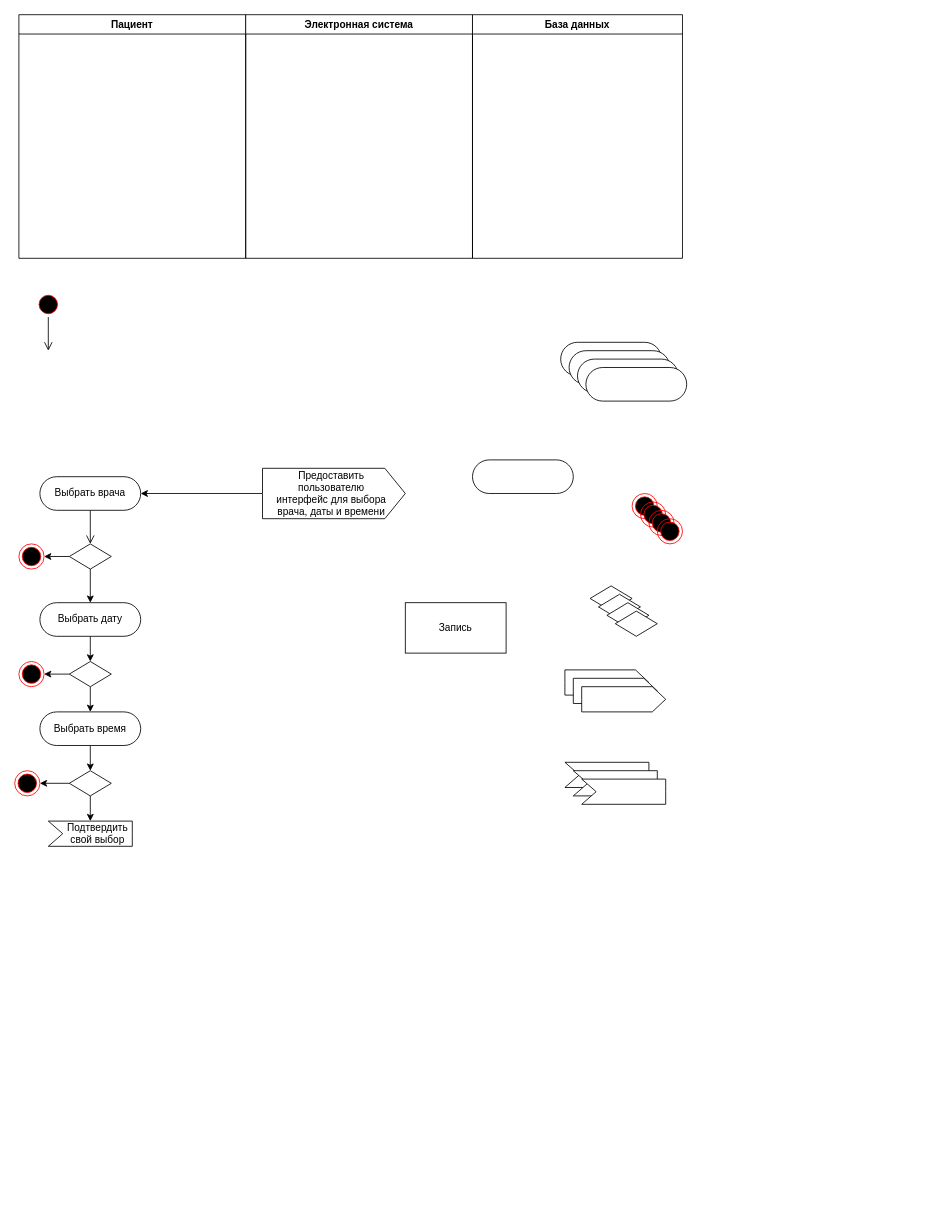
Above: acms6_2.drawio in v-tempe/draw.io (draw.io), before the change. Source tidied: cells renumbered, new cells numbered last; positions are measured from the earlier drawing's top-left corner, leaving out a move shared by most shapes. Both pictures are drawn from the tidied source at 84%, with x=0, y=0 at pixel (14, 14).
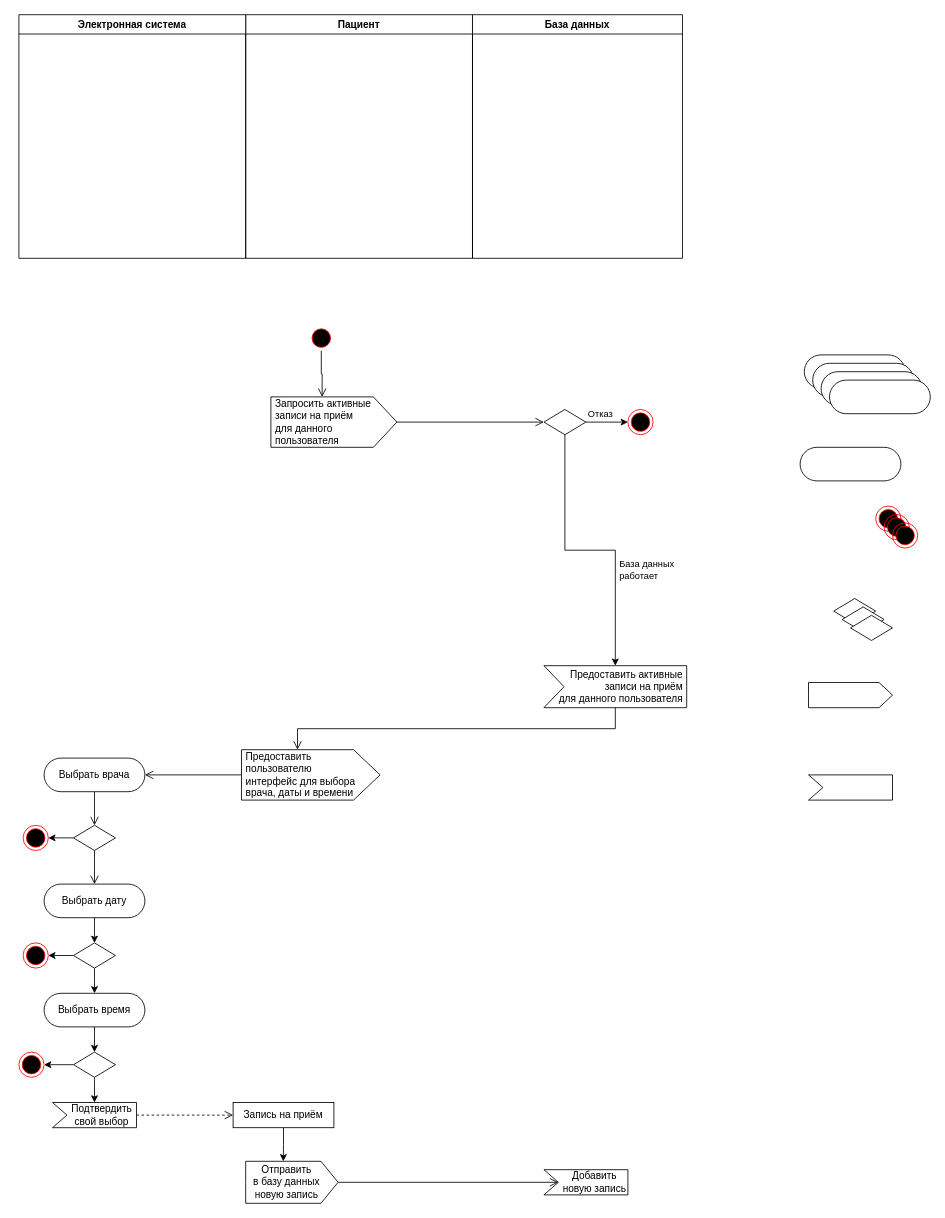
After the change.

Change to the diagram source:
```diff
@@
     <mxCell id="2" value="Пациент" style="swimlane;whiteSpace=wrap;html=1;" parent="1" vertex="1">
-      <mxGeometry x="5" width="270" height="290" as="geometry" />
+      <mxGeometry x="275" width="270" height="290" as="geometry" />
     </mxCell>
     <mxCell id="3" value="Электронная система" style="swimlane;whiteSpace=wrap;html=1;" parent="1" vertex="1">
-      <mxGeometry x="275" width="270" height="290" as="geometry" />
+      <mxGeometry x="5" width="270" height="290" as="geometry" />
     </mxCell>
     <mxCell id="4" style="ellipse;html=1;shape=endState;fillColor=#000000;strokeColor=#ff0000;" parent="1" vertex="1">
-      <mxGeometry x="735" y="570" width="30" height="30" as="geometry" />
+      <mxGeometry x="1025" y="585" width="30" height="30" as="geometry" />
     </mxCell>
     <mxCell id="5" style="ellipse;html=1;shape=startState;fillColor=#000000;strokeColor=#ff0000;" parent="1" vertex="1">
-      <mxGeometry x="25" y="330" width="30" height="30" as="geometry" />
+      <mxGeometry x="350" y="370" width="30" height="30" as="geometry" />
     </mxCell>
-    <mxCell id="6" style="edgeStyle=orthogonalEdgeStyle;html=1;verticalAlign=bottom;endArrow=open;endSize=8;strokeColor=#000000;rounded=0;" parent="1" edge="1" source="5">
-      <mxGeometry relative="1" as="geometry">
-        <mxPoint x="40" y="400" as="targetPoint" />
-      </mxGeometry>
+    <mxCell id="6" style="edgeStyle=orthogonalEdgeStyle;html=1;verticalAlign=bottom;endArrow=open;endSize=8;strokeColor=#000000;rounded=0;entryX=0;entryY=0;entryDx=61;entryDy=0;entryPerimeter=0;" parent="1" edge="1" source="5" target="37">
+      <mxGeometry relative="1" as="geometry" />
     </mxCell>
@@
-    <mxCell id="8" style="edgeStyle=orthogonalEdgeStyle;rounded=0;jettySize=auto;html=1;exitX=0.5;exitY=1;exitDx=0;exitDy=0;entryX=0.5;entryY=0;entryDx=0;entryDy=0;" parent="1" edge="1" source="9" target="15">
+    <mxCell id="8" style="edgeStyle=orthogonalEdgeStyle;rounded=0;jettySize=auto;html=1;exitX=0.5;exitY=1;exitDx=0;exitDy=0;entryX=0.5;entryY=0;entryDx=0;entryDy=0;endArrow=open;endFill=0;endSize=8;" parent="1" edge="1" source="9" target="15">
       <mxGeometry relative="1" as="geometry" />
     </mxCell>
     <mxCell id="9" style="rhombus;whiteSpace=wrap;html=1;" parent="1" vertex="1">
-      <mxGeometry x="65" y="630" width="50" height="30" as="geometry" />
+      <mxGeometry x="70" y="965" width="50" height="30" as="geometry" />
     </mxCell>
@@
     <mxCell id="12" value="Выбрать врача" style="rounded=1;whiteSpace=wrap;html=1;arcSize=50;" parent="1" vertex="1">
-      <mxGeometry x="30" y="550" width="120" height="40" as="geometry" />
+      <mxGeometry x="35" y="885" width="120" height="40" as="geometry" />
     </mxCell>
     <mxCell id="13" style="rounded=1;whiteSpace=wrap;html=1;arcSize=50;" parent="1" vertex="1">
-      <mxGeometry x="650" y="390" width="120" height="40" as="geometry" />
+      <mxGeometry x="940" y="405" width="120" height="40" as="geometry" />
     </mxCell>
@@
     <mxCell id="15" value="Выбрать дату" style="rounded=1;whiteSpace=wrap;html=1;arcSize=50;" parent="1" vertex="1">
-      <mxGeometry x="30" y="700" width="120" height="40" as="geometry" />
+      <mxGeometry x="35" y="1035" width="120" height="40" as="geometry" />
     </mxCell>
@@
     <mxCell id="17" value="Выбрать время" style="rounded=1;whiteSpace=wrap;html=1;arcSize=50;" parent="1" vertex="1">
-      <mxGeometry x="30" y="830" width="120" height="40" as="geometry" />
+      <mxGeometry x="35" y="1165" width="120" height="40" as="geometry" />
     </mxCell>
-    <mxCell id="18" value="Запись" style="rounded=0;whiteSpace=wrap;html=1;" parent="1" vertex="1">
-      <mxGeometry x="465" y="700" width="120" height="60" as="geometry" />
+    <mxCell id="18" value="Запись на приём" style="rounded=0;whiteSpace=wrap;html=1;" parent="1" vertex="1">
+      <mxGeometry x="260" y="1295" width="120" height="30" as="geometry" />
     </mxCell>
     <mxCell id="19" style="ellipse;html=1;shape=endState;fillColor=#000000;strokeColor=#ff0000;" parent="1" vertex="1">
-      <mxGeometry x="5" y="630" width="30" height="30" as="geometry" />
+      <mxGeometry x="10" y="965" width="30" height="30" as="geometry" />
     </mxCell>
     <mxCell id="20" style="rounded=1;whiteSpace=wrap;html=1;arcSize=50;" parent="1" vertex="1">
-      <mxGeometry x="660" y="400" width="120" height="40" as="geometry" />
+      <mxGeometry x="950" y="415" width="120" height="40" as="geometry" />
     </mxCell>
     <mxCell id="21" style="rounded=1;whiteSpace=wrap;html=1;arcSize=50;" parent="1" vertex="1">
-      <mxGeometry x="545" y="530" width="120" height="40" as="geometry" />
+      <mxGeometry x="935" y="515" width="120" height="40" as="geometry" />
     </mxCell>
     <mxCell id="22" style="ellipse;html=1;shape=endState;fillColor=#000000;strokeColor=#ff0000;" parent="1" vertex="1">
-      <mxGeometry x="745" y="580" width="30" height="30" as="geometry" />
+      <mxGeometry x="1035" y="595" width="30" height="30" as="geometry" />
     </mxCell>
     <mxCell id="23" style="ellipse;html=1;shape=endState;fillColor=#000000;strokeColor=#ff0000;" parent="1" vertex="1">
-      <mxGeometry y="900" width="30" height="30" as="geometry" />
+      <mxGeometry x="5" y="1235" width="30" height="30" as="geometry" />
     </mxCell>
     <mxCell id="24" style="ellipse;html=1;shape=endState;fillColor=#000000;strokeColor=#ff0000;" parent="1" vertex="1">
-      <mxGeometry x="5" y="770" width="30" height="30" as="geometry" />
+      <mxGeometry x="10" y="1105" width="30" height="30" as="geometry" />
     </mxCell>
     <mxCell id="25" style="rhombus;whiteSpace=wrap;html=1;" parent="1" vertex="1">
-      <mxGeometry x="685" y="680" width="50" height="30" as="geometry" />
+      <mxGeometry x="975" y="695" width="50" height="30" as="geometry" />
     </mxCell>
     <mxCell id="26" style="rhombus;whiteSpace=wrap;html=1;" parent="1" vertex="1">
-      <mxGeometry x="695" y="690" width="50" height="30" as="geometry" />
+      <mxGeometry x="985" y="705" width="50" height="30" as="geometry" />
     </mxCell>
     <mxCell id="27" style="rhombus;whiteSpace=wrap;html=1;" parent="1" vertex="1">
-      <mxGeometry x="705" y="700" width="50" height="30" as="geometry" />
+      <mxGeometry x="995" y="715" width="50" height="30" as="geometry" />
     </mxCell>
+    <mxCell id="48" style="edgeStyle=orthogonalEdgeStyle;rounded=0;jettySize=auto;html=1;exitX=1;exitY=0.5;exitDx=0;exitDy=0;entryX=0;entryY=0.5;entryDx=0;entryDy=0;" parent="1" edge="1" source="28" target="45">
+      <mxGeometry relative="1" as="geometry" />
+    </mxCell>
+    <mxCell id="49" value="Отказ" style="edgeLabel;html=1;align=center;verticalAlign=middle;" parent="48" vertex="1">
+      <mxGeometry x="-0.37" y="3" relative="1" as="geometry">
+        <mxPoint y="-7" as="offset" />
+      </mxGeometry>
+    </mxCell>
     <mxCell id="28" style="rhombus;whiteSpace=wrap;html=1;" parent="1" vertex="1">
-      <mxGeometry x="715" y="710" width="50" height="30" as="geometry" />
+      <mxGeometry x="630" y="470" width="50" height="30" as="geometry" />
     </mxCell>
@@
     <mxCell id="31" style="rhombus;whiteSpace=wrap;html=1;" parent="1" vertex="1">
-      <mxGeometry x="65" y="900" width="50" height="30" as="geometry" />
+      <mxGeometry x="70" y="1235" width="50" height="30" as="geometry" />
     </mxCell>
@@
     <mxCell id="34" style="rhombus;whiteSpace=wrap;html=1;" parent="1" vertex="1">
-      <mxGeometry x="65" y="770" width="50" height="30" as="geometry" />
+      <mxGeometry x="70" y="1105" width="50" height="30" as="geometry" />
     </mxCell>
     <mxCell id="35" style="html=1;shadow=0;dashed=0;align=center;verticalAlign=middle;shape=mxgraph.arrows2.arrow;dy=0;dx=16;notch=0;" parent="1" vertex="1">
-      <mxGeometry x="655" y="780" width="100" height="30" as="geometry" />
+      <mxGeometry x="945" y="795" width="100" height="30" as="geometry" />
     </mxCell>
     <mxCell id="36" style="html=1;shadow=0;dashed=0;align=center;verticalAlign=middle;shape=mxgraph.arrows2.arrow;dy=0;dx=0;notch=17.2;" parent="1" vertex="1">
-      <mxGeometry x="655" y="890" width="100" height="30" as="geometry" />
+      <mxGeometry x="945" y="905" width="100" height="30" as="geometry" />
     </mxCell>
-    <mxCell id="37" style="html=1;shadow=0;dashed=0;align=center;verticalAlign=middle;shape=mxgraph.arrows2.arrow;dy=0;dx=16;notch=0;" parent="1" vertex="1">
-      <mxGeometry x="665" y="790" width="100" height="30" as="geometry" />
+    <mxCell id="37" value="&amp;nbsp;Запросить активные&lt;div&gt;&amp;nbsp;записи на приём&lt;/div&gt;&lt;div&gt;&amp;nbsp;для данного&lt;/div&gt;&lt;div&gt;&lt;span style=&quot;background-color: transparent; color: light-dark(rgb(0, 0, 0), rgb(255, 255, 255));&quot;&gt;&amp;nbsp;пользователя&lt;/span&gt;&lt;/div&gt;" style="html=1;shadow=0;dashed=0;align=left;verticalAlign=middle;shape=mxgraph.arrows2.arrow;dy=0;dx=28;notch=0;" parent="1" vertex="1">
+      <mxGeometry x="305" y="455" width="150" height="60" as="geometry" />
     </mxCell>
-    <mxCell id="38" style="html=1;shadow=0;dashed=0;align=center;verticalAlign=middle;shape=mxgraph.arrows2.arrow;dy=0;dx=16;notch=0;" parent="1" vertex="1">
-      <mxGeometry x="675" y="800" width="100" height="30" as="geometry" />
+    <mxCell id="38" value="Отправить&amp;nbsp; &amp;nbsp;&amp;nbsp;&lt;div&gt;в базу данных&amp;nbsp; &amp;nbsp;&amp;nbsp;&lt;/div&gt;&lt;div&gt;новую запись&amp;nbsp; &amp;nbsp;&amp;nbsp;&lt;/div&gt;" style="html=1;shadow=0;dashed=0;align=center;verticalAlign=middle;shape=mxgraph.arrows2.arrow;dy=0;dx=20.4;notch=0;" parent="1" vertex="1">
+      <mxGeometry x="275" y="1365" width="110" height="50" as="geometry" />
     </mxCell>
-    <mxCell id="39" style="edgeStyle=orthogonalEdgeStyle;rounded=0;jettySize=auto;html=1;" parent="1" edge="1" source="40" target="12">
+    <mxCell id="39" style="edgeStyle=orthogonalEdgeStyle;rounded=0;jettySize=auto;html=1;endSize=8;endArrow=open;endFill=0;" parent="1" edge="1" source="40" target="12">
       <mxGeometry relative="1" as="geometry" />
     </mxCell>
-    <mxCell id="40" value="&lt;div&gt;&lt;span style=&quot;background-color: transparent; color: light-dark(rgb(0, 0, 0), rgb(255, 255, 255));&quot;&gt;Предоставить&amp;nbsp;&amp;nbsp;&lt;/span&gt;&lt;/div&gt;&lt;div&gt;&lt;span style=&quot;background-color: transparent; color: light-dark(rgb(0, 0, 0), rgb(255, 255, 255));&quot;&gt;пользователю&amp;nbsp;&amp;nbsp;&lt;/span&gt;&lt;/div&gt;&lt;div&gt;&lt;span style=&quot;background-color: transparent; color: light-dark(rgb(0, 0, 0), rgb(255, 255, 255));&quot;&gt;интерфейс для выбора&amp;nbsp;&amp;nbsp;&lt;/span&gt;&lt;/div&gt;&lt;div&gt;&lt;span style=&quot;background-color: transparent; color: light-dark(rgb(0, 0, 0), rgb(255, 255, 255));&quot;&gt;врача, даты и времени&amp;nbsp;&amp;nbsp;&lt;/span&gt;&lt;br&gt;&lt;/div&gt;" style="html=1;shadow=0;dashed=0;align=center;verticalAlign=middle;shape=mxgraph.arrows2.arrow;dy=0;dx=24.4;notch=0;" parent="1" vertex="1">
-      <mxGeometry x="295" y="540" width="170" height="60" as="geometry" />
+    <mxCell id="40" value="&lt;div&gt;&lt;span style=&quot;background-color: transparent; color: light-dark(rgb(0, 0, 0), rgb(255, 255, 255));&quot;&gt;&amp;nbsp;Предоставить&lt;/span&gt;&lt;/div&gt;&lt;div style=&quot;padding-top: 0px; padding-left: 0px;&quot;&gt;&lt;span style=&quot;background-color: transparent; color: light-dark(rgb(0, 0, 0), rgb(255, 255, 255));&quot;&gt;&amp;nbsp;пользователю&lt;/span&gt;&lt;/div&gt;&lt;div&gt;&lt;span style=&quot;background-color: transparent; color: light-dark(rgb(0, 0, 0), rgb(255, 255, 255));&quot;&gt;&amp;nbsp;интерфейс для выбора&lt;/span&gt;&lt;/div&gt;&lt;div&gt;&lt;span style=&quot;background-color: transparent; color: light-dark(rgb(0, 0, 0), rgb(255, 255, 255));&quot;&gt;&amp;nbsp;врача, даты и времени&lt;/span&gt;&lt;br&gt;&lt;/div&gt;" style="html=1;shadow=0;dashed=0;align=left;verticalAlign=middle;shape=mxgraph.arrows2.arrow;dy=0;dx=31.6;notch=0;" parent="1" vertex="1">
+      <mxGeometry x="270" y="875" width="165" height="60" as="geometry" />
     </mxCell>
-    <mxCell id="41" style="html=1;shadow=0;dashed=0;align=center;verticalAlign=middle;shape=mxgraph.arrows2.arrow;dy=0;dx=0;notch=17.2;" parent="1" vertex="1">
-      <mxGeometry x="665" y="900" width="100" height="30" as="geometry" />
+    <mxCell id="41" value="&amp;nbsp; &amp;nbsp; &amp;nbsp; &amp;nbsp; Предоставить активные&amp;nbsp;&lt;div&gt;&amp;nbsp; &amp;nbsp; &amp;nbsp;записи на приём&amp;nbsp;&lt;/div&gt;&lt;div&gt;&amp;nbsp; &amp;nbsp; &amp;nbsp; для данного&amp;nbsp;&lt;span style=&quot;background-color: transparent; color: light-dark(rgb(0, 0, 0), rgb(255, 255, 255));&quot;&gt;пользователя&amp;nbsp;&lt;/span&gt;&lt;/div&gt;" style="html=1;shadow=0;dashed=0;align=right;verticalAlign=middle;shape=mxgraph.arrows2.arrow;dy=0;dx=0;notch=24;" parent="1" vertex="1">
+      <mxGeometry x="630" y="775" width="170" height="50" as="geometry" />
     </mxCell>
-    <mxCell id="42" style="html=1;shadow=0;dashed=0;align=center;verticalAlign=middle;shape=mxgraph.arrows2.arrow;dy=0;dx=0;notch=17.2;" parent="1" vertex="1">
-      <mxGeometry x="675" y="910" width="100" height="30" as="geometry" />
+    <mxCell id="42" value="&amp;nbsp; &amp;nbsp; &amp;nbsp; Добавить&lt;div&gt;&amp;nbsp; &amp;nbsp; &amp;nbsp; новую запись&lt;/div&gt;" style="html=1;shadow=0;dashed=0;align=center;verticalAlign=middle;shape=mxgraph.arrows2.arrow;dy=0;dx=0;notch=17.2;" parent="1" vertex="1">
+      <mxGeometry x="630" y="1375" width="100" height="30" as="geometry" />
     </mxCell>
+    <mxCell id="50" style="edgeStyle=orthogonalEdgeStyle;rounded=0;jettySize=auto;html=1;exitX=1;exitY=0.5;exitDx=0;exitDy=0;exitPerimeter=0;entryX=0;entryY=0.5;entryDx=0;entryDy=0;dashed=1;endArrow=open;endFill=0;endSize=8;" parent="1" edge="1" source="43" target="18">
+      <mxGeometry relative="1" as="geometry" />
+    </mxCell>
     <mxCell id="43" value="&amp;nbsp; &amp;nbsp; &amp;nbsp;Подтвердить&lt;div&gt;&amp;nbsp; &amp;nbsp; &amp;nbsp;свой выбор&lt;/div&gt;" style="html=1;shadow=0;dashed=0;align=center;verticalAlign=middle;shape=mxgraph.arrows2.arrow;dy=0;dx=0;notch=17.2;" parent="1" vertex="1">
-      <mxGeometry x="40" y="960" width="100" height="30" as="geometry" />
+      <mxGeometry x="45" y="1295" width="100" height="30" as="geometry" />
     </mxCell>
     <mxCell id="44" style="ellipse;html=1;shape=endState;fillColor=#000000;strokeColor=#ff0000;" parent="1" vertex="1">
-      <mxGeometry x="755" y="590" width="30" height="30" as="geometry" />
+      <mxGeometry x="1045" y="605" width="30" height="30" as="geometry" />
     </mxCell>
     <mxCell id="45" style="ellipse;html=1;shape=endState;fillColor=#000000;strokeColor=#ff0000;" parent="1" vertex="1">
-      <mxGeometry x="765" y="600" width="30" height="30" as="geometry" />
+      <mxGeometry x="730" y="470" width="30" height="30" as="geometry" />
     </mxCell>
     <mxCell id="46" style="rounded=1;whiteSpace=wrap;html=1;arcSize=50;" parent="1" vertex="1">
-      <mxGeometry x="670" y="410" width="120" height="40" as="geometry" />
+      <mxGeometry x="960" y="425" width="120" height="40" as="geometry" />
     </mxCell>
     <mxCell id="47" style="rounded=1;whiteSpace=wrap;html=1;arcSize=50;" parent="1" vertex="1">
-      <mxGeometry x="680" y="420" width="120" height="40" as="geometry" />
+      <mxGeometry x="970" y="435" width="120" height="40" as="geometry" />
     </mxCell>
+    <mxCell id="51" style="edgeStyle=orthogonalEdgeStyle;rounded=0;jettySize=auto;html=1;exitX=0.5;exitY=1;exitDx=0;exitDy=0;entryX=0;entryY=0;entryDx=44.8;entryDy=0;entryPerimeter=0;" parent="1" edge="1" source="18" target="38">
+      <mxGeometry relative="1" as="geometry" />
+    </mxCell>
+    <mxCell id="52" style="edgeStyle=orthogonalEdgeStyle;rounded=0;jettySize=auto;html=1;exitX=1;exitY=0.5;exitDx=0;exitDy=0;exitPerimeter=0;entryX=0;entryY=0.5;entryDx=17.2;entryDy=0;entryPerimeter=0;endArrow=open;endFill=0;endSize=8;" parent="1" edge="1" source="38" target="42">
+      <mxGeometry relative="1" as="geometry" />
+    </mxCell>
+    <mxCell id="53" style="edgeStyle=orthogonalEdgeStyle;rounded=0;jettySize=auto;html=1;exitX=1;exitY=0.5;exitDx=0;exitDy=0;exitPerimeter=0;endArrow=open;endFill=0;endSize=8;entryX=0;entryY=0.5;entryDx=0;entryDy=0;" parent="1" edge="1" source="37" target="28">
+      <mxGeometry relative="1" as="geometry" />
+    </mxCell>
+    <mxCell id="54" style="edgeStyle=orthogonalEdgeStyle;rounded=0;jettySize=auto;html=1;exitX=0;exitY=0;exitDx=85;exitDy=50;exitPerimeter=0;entryX=0;entryY=0;entryDx=66.7;entryDy=0;entryPerimeter=0;endArrow=open;endFill=0;endSize=8;" parent="1" edge="1" source="41" target="40">
+      <mxGeometry relative="1" as="geometry" />
+    </mxCell>
+    <mxCell id="55" style="edgeStyle=orthogonalEdgeStyle;rounded=0;jettySize=auto;html=1;exitX=0.5;exitY=1;exitDx=0;exitDy=0;entryX=0;entryY=0;entryDx=85;entryDy=0;entryPerimeter=0;" parent="1" edge="1" source="28" target="41">
+      <mxGeometry relative="1" as="geometry" />
+    </mxCell>
+    <mxCell id="56" value="&amp;nbsp;База данных&lt;div&gt;&amp;nbsp;работает&lt;/div&gt;" style="edgeLabel;html=1;align=left;verticalAlign=middle;" parent="55" vertex="1">
+      <mxGeometry x="-0.45" y="-3" relative="1" as="geometry">
+        <mxPoint x="63" y="68" as="offset" />
+      </mxGeometry>
+    </mxCell>
```
